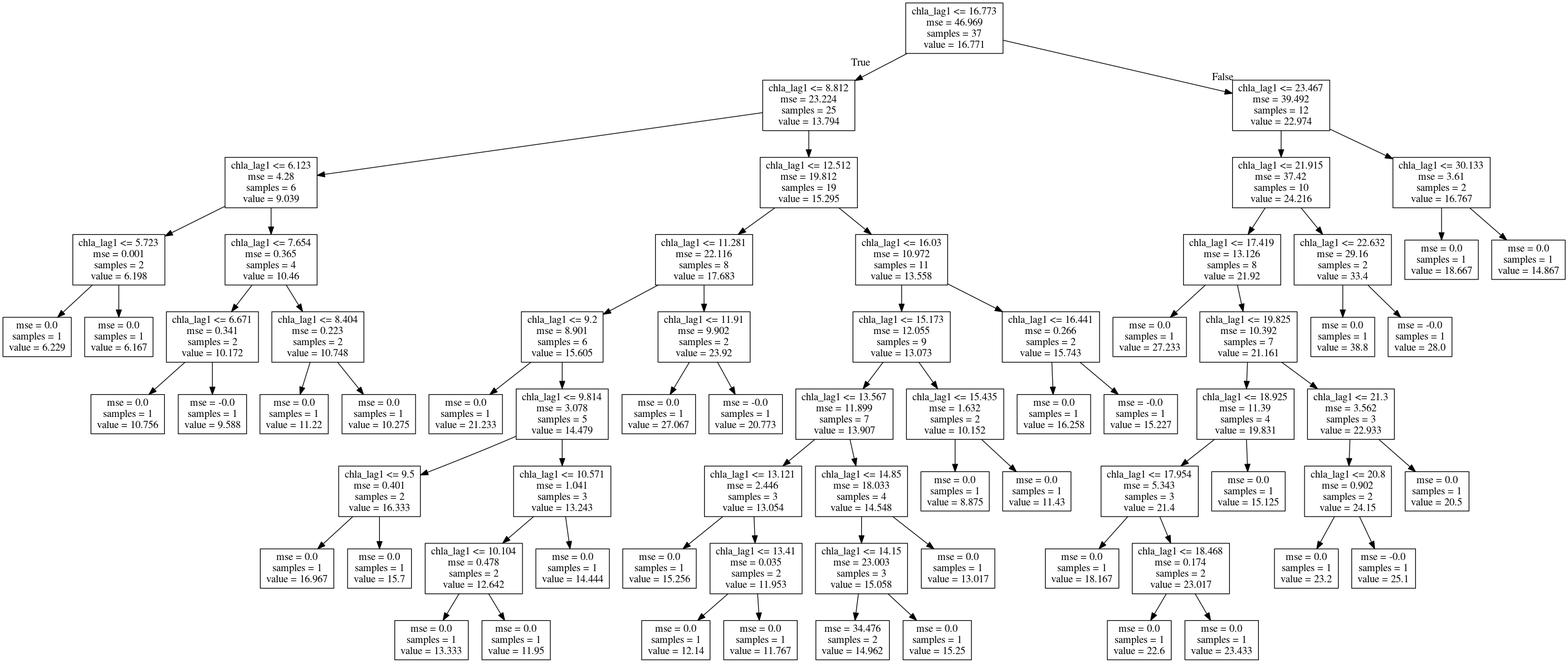
Above: Norway_Morsa/Model_Development/Figures/Discretization_regTrees/aut_chla-chla_lag1.png in icra/WATExR (Graphviz), before the change. Its source is kept beside it as Norway_Morsa/Model_Development/Figures/Discretization_regTrees/aut_chla-chla_lag1.dot. Its diagram source:
```dot
digraph Tree {
node [shape=box] ;
0 [label="chla_lag1 <= 16.773\nmse = 46.969\nsamples = 37\nvalue = 16.771"] ;
1 [label="chla_lag1 <= 8.812\nmse = 23.224\nsamples = 25\nvalue = 13.794"] ;
0 -> 1 [labeldistance=2.5, labelangle=45, headlabel="True"] ;
2 [label="chla_lag1 <= 6.123\nmse = 4.28\nsamples = 6\nvalue = 9.039"] ;
1 -> 2 ;
3 [label="chla_lag1 <= 5.723\nmse = 0.001\nsamples = 2\nvalue = 6.198"] ;
2 -> 3 ;
4 [label="mse = 0.0\nsamples = 1\nvalue = 6.229"] ;
3 -> 4 ;
5 [label="mse = 0.0\nsamples = 1\nvalue = 6.167"] ;
3 -> 5 ;
6 [label="chla_lag1 <= 7.654\nmse = 0.365\nsamples = 4\nvalue = 10.46"] ;
2 -> 6 ;
7 [label="chla_lag1 <= 6.671\nmse = 0.341\nsamples = 2\nvalue = 10.172"] ;
6 -> 7 ;
8 [label="mse = 0.0\nsamples = 1\nvalue = 10.756"] ;
7 -> 8 ;
9 [label="mse = -0.0\nsamples = 1\nvalue = 9.588"] ;
7 -> 9 ;
10 [label="chla_lag1 <= 8.404\nmse = 0.223\nsamples = 2\nvalue = 10.748"] ;
6 -> 10 ;
11 [label="mse = 0.0\nsamples = 1\nvalue = 11.22"] ;
10 -> 11 ;
12 [label="mse = 0.0\nsamples = 1\nvalue = 10.275"] ;
10 -> 12 ;
13 [label="chla_lag1 <= 12.512\nmse = 19.812\nsamples = 19\nvalue = 15.295"] ;
1 -> 13 ;
14 [label="chla_lag1 <= 11.281\nmse = 22.116\nsamples = 8\nvalue = 17.683"] ;
13 -> 14 ;
15 [label="chla_lag1 <= 9.2\nmse = 8.901\nsamples = 6\nvalue = 15.605"] ;
14 -> 15 ;
16 [label="mse = 0.0\nsamples = 1\nvalue = 21.233"] ;
15 -> 16 ;
17 [label="chla_lag1 <= 9.814\nmse = 3.078\nsamples = 5\nvalue = 14.479"] ;
15 -> 17 ;
18 [label="chla_lag1 <= 9.5\nmse = 0.401\nsamples = 2\nvalue = 16.333"] ;
17 -> 18 ;
19 [label="mse = 0.0\nsamples = 1\nvalue = 16.967"] ;
18 -> 19 ;
20 [label="mse = 0.0\nsamples = 1\nvalue = 15.7"] ;
18 -> 20 ;
21 [label="chla_lag1 <= 10.571\nmse = 1.041\nsamples = 3\nvalue = 13.243"] ;
17 -> 21 ;
22 [label="chla_lag1 <= 10.104\nmse = 0.478\nsamples = 2\nvalue = 12.642"] ;
21 -> 22 ;
23 [label="mse = 0.0\nsamples = 1\nvalue = 13.333"] ;
22 -> 23 ;
24 [label="mse = 0.0\nsamples = 1\nvalue = 11.95"] ;
22 -> 24 ;
25 [label="mse = 0.0\nsamples = 1\nvalue = 14.444"] ;
21 -> 25 ;
26 [label="chla_lag1 <= 11.91\nmse = 9.902\nsamples = 2\nvalue = 23.92"] ;
14 -> 26 ;
27 [label="mse = 0.0\nsamples = 1\nvalue = 27.067"] ;
26 -> 27 ;
28 [label="mse = -0.0\nsamples = 1\nvalue = 20.773"] ;
26 -> 28 ;
29 [label="chla_lag1 <= 16.03\nmse = 10.972\nsamples = 11\nvalue = 13.558"] ;
13 -> 29 ;
30 [label="chla_lag1 <= 15.173\nmse = 12.055\nsamples = 9\nvalue = 13.073"] ;
29 -> 30 ;
31 [label="chla_lag1 <= 13.567\nmse = 11.899\nsamples = 7\nvalue = 13.907"] ;
30 -> 31 ;
32 [label="chla_lag1 <= 13.121\nmse = 2.446\nsamples = 3\nvalue = 13.054"] ;
31 -> 32 ;
33 [label="mse = 0.0\nsamples = 1\nvalue = 15.256"] ;
32 -> 33 ;
34 [label="chla_lag1 <= 13.41\nmse = 0.035\nsamples = 2\nvalue = 11.953"] ;
32 -> 34 ;
35 [label="mse = 0.0\nsamples = 1\nvalue = 12.14"] ;
34 -> 35 ;
36 [label="mse = 0.0\nsamples = 1\nvalue = 11.767"] ;
34 -> 36 ;
37 [label="chla_lag1 <= 14.85\nmse = 18.033\nsamples = 4\nvalue = 14.548"] ;
31 -> 37 ;
38 [label="chla_lag1 <= 14.15\nmse = 23.003\nsamples = 3\nvalue = 15.058"] ;
37 -> 38 ;
39 [label="mse = 34.476\nsamples = 2\nvalue = 14.962"] ;
38 -> 39 ;
40 [label="mse = 0.0\nsamples = 1\nvalue = 15.25"] ;
38 -> 40 ;
41 [label="mse = 0.0\nsamples = 1\nvalue = 13.017"] ;
37 -> 41 ;
42 [label="chla_lag1 <= 15.435\nmse = 1.632\nsamples = 2\nvalue = 10.152"] ;
30 -> 42 ;
43 [label="mse = 0.0\nsamples = 1\nvalue = 8.875"] ;
42 -> 43 ;
44 [label="mse = 0.0\nsamples = 1\nvalue = 11.43"] ;
42 -> 44 ;
45 [label="chla_lag1 <= 16.441\nmse = 0.266\nsamples = 2\nvalue = 15.743"] ;
29 -> 45 ;
46 [label="mse = 0.0\nsamples = 1\nvalue = 16.258"] ;
45 -> 46 ;
47 [label="mse = -0.0\nsamples = 1\nvalue = 15.227"] ;
45 -> 47 ;
48 [label="chla_lag1 <= 23.467\nmse = 39.492\nsamples = 12\nvalue = 22.974"] ;
0 -> 48 [labeldistance=2.5, labelangle=-45, headlabel="False"] ;
49 [label="chla_lag1 <= 21.915\nmse = 37.42\nsamples = 10\nvalue = 24.216"] ;
48 -> 49 ;
50 [label="chla_lag1 <= 17.419\nmse = 13.126\nsamples = 8\nvalue = 21.92"] ;
49 -> 50 ;
51 [label="mse = 0.0\nsamples = 1\nvalue = 27.233"] ;
50 -> 51 ;
52 [label="chla_lag1 <= 19.825\nmse = 10.392\nsamples = 7\nvalue = 21.161"] ;
50 -> 52 ;
53 [label="chla_lag1 <= 18.925\nmse = 11.39\nsamples = 4\nvalue = 19.831"] ;
52 -> 53 ;
54 [label="chla_lag1 <= 17.954\nmse = 5.343\nsamples = 3\nvalue = 21.4"] ;
53 -> 54 ;
55 [label="mse = 0.0\nsamples = 1\nvalue = 18.167"] ;
54 -> 55 ;
56 [label="chla_lag1 <= 18.468\nmse = 0.174\nsamples = 2\nvalue = 23.017"] ;
54 -> 56 ;
57 [label="mse = 0.0\nsamples = 1\nvalue = 22.6"] ;
56 -> 57 ;
58 [label="mse = 0.0\nsamples = 1\nvalue = 23.433"] ;
56 -> 58 ;
59 [label="mse = 0.0\nsamples = 1\nvalue = 15.125"] ;
53 -> 59 ;
60 [label="chla_lag1 <= 21.3\nmse = 3.562\nsamples = 3\nvalue = 22.933"] ;
52 -> 60 ;
61 [label="chla_lag1 <= 20.8\nmse = 0.902\nsamples = 2\nvalue = 24.15"] ;
60 -> 61 ;
62 [label="mse = 0.0\nsamples = 1\nvalue = 23.2"] ;
61 -> 62 ;
63 [label="mse = -0.0\nsamples = 1\nvalue = 25.1"] ;
61 -> 63 ;
64 [label="mse = 0.0\nsamples = 1\nvalue = 20.5"] ;
60 -> 64 ;
65 [label="chla_lag1 <= 22.632\nmse = 29.16\nsamples = 2\nvalue = 33.4"] ;
49 -> 65 ;
66 [label="mse = 0.0\nsamples = 1\nvalue = 38.8"] ;
65 -> 66 ;
67 [label="mse = -0.0\nsamples = 1\nvalue = 28.0"] ;
65 -> 67 ;
68 [label="chla_lag1 <= 30.133\nmse = 3.61\nsamples = 2\nvalue = 16.767"] ;
48 -> 68 ;
69 [label="mse = 0.0\nsamples = 1\nvalue = 18.667"] ;
68 -> 69 ;
70 [label="mse = 0.0\nsamples = 1\nvalue = 14.867"] ;
68 -> 70 ;
}
```
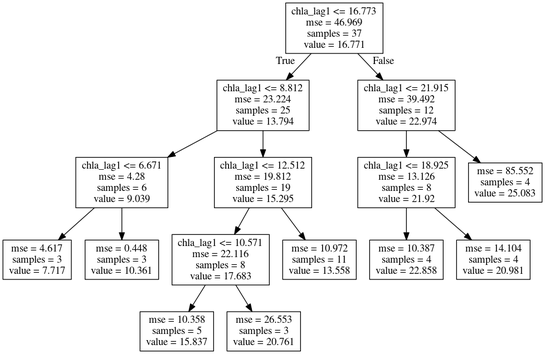
Later version of the same file.

Diff of the diagram source:
```diff
@@ -3,142 +3,30 @@
 0 [label="chla_lag1 <= 16.773\nmse = 46.969\nsamples = 37\nvalue = 16.771"] ;
 1 [label="chla_lag1 <= 8.812\nmse = 23.224\nsamples = 25\nvalue = 13.794"] ;
 0 -> 1 [labeldistance=2.5, labelangle=45, headlabel="True"] ;
-2 [label="chla_lag1 <= 6.123\nmse = 4.28\nsamples = 6\nvalue = 9.039"] ;
-1 -> 2 ;
-3 [label="chla_lag1 <= 5.723\nmse = 0.001\nsamples = 2\nvalue = 6.198"] ;
-2 -> 3 ;
-4 [label="mse = 0.0\nsamples = 1\nvalue = 6.229"] ;
-3 -> 4 ;
-5 [label="mse = 0.0\nsamples = 1\nvalue = 6.167"] ;
-3 -> 5 ;
-6 [label="chla_lag1 <= 7.654\nmse = 0.365\nsamples = 4\nvalue = 10.46"] ;
-2 -> 6 ;
-7 [label="chla_lag1 <= 6.671\nmse = 0.341\nsamples = 2\nvalue = 10.172"] ;
-6 -> 7 ;
-8 [label="mse = 0.0\nsamples = 1\nvalue = 10.756"] ;
-7 -> 8 ;
-9 [label="mse = -0.0\nsamples = 1\nvalue = 9.588"] ;
-7 -> 9 ;
-10 [label="chla_lag1 <= 8.404\nmse = 0.223\nsamples = 2\nvalue = 10.748"] ;
-6 -> 10 ;
-11 [label="mse = 0.0\nsamples = 1\nvalue = 11.22"] ;
-10 -> 11 ;
-12 [label="mse = 0.0\nsamples = 1\nvalue = 10.275"] ;
-10 -> 12 ;
-13 [label="chla_lag1 <= 12.512\nmse = 19.812\nsamples = 19\nvalue = 15.295"] ;
-1 -> 13 ;
-14 [label="chla_lag1 <= 11.281\nmse = 22.116\nsamples = 8\nvalue = 17.683"] ;
-13 -> 14 ;
-15 [label="chla_lag1 <= 9.2\nmse = 8.901\nsamples = 6\nvalue = 15.605"] ;
-14 -> 15 ;
-16 [label="mse = 0.0\nsamples = 1\nvalue = 21.233"] ;
-15 -> 16 ;
-17 [label="chla_lag1 <= 9.814\nmse = 3.078\nsamples = 5\nvalue = 14.479"] ;
-15 -> 17 ;
-18 [label="chla_lag1 <= 9.5\nmse = 0.401\nsamples = 2\nvalue = 16.333"] ;
-17 -> 18 ;
-19 [label="mse = 0.0\nsamples = 1\nvalue = 16.967"] ;
-18 -> 19 ;
-20 [label="mse = 0.0\nsamples = 1\nvalue = 15.7"] ;
-18 -> 20 ;
-21 [label="chla_lag1 <= 10.571\nmse = 1.041\nsamples = 3\nvalue = 13.243"] ;
-17 -> 21 ;
-22 [label="chla_lag1 <= 10.104\nmse = 0.478\nsamples = 2\nvalue = 12.642"] ;
-21 -> 22 ;
-23 [label="mse = 0.0\nsamples = 1\nvalue = 13.333"] ;
-22 -> 23 ;
-24 [label="mse = 0.0\nsamples = 1\nvalue = 11.95"] ;
-22 -> 24 ;
-25 [label="mse = 0.0\nsamples = 1\nvalue = 14.444"] ;
-21 -> 25 ;
-26 [label="chla_lag1 <= 11.91\nmse = 9.902\nsamples = 2\nvalue = 23.92"] ;
-14 -> 26 ;
-27 [label="mse = 0.0\nsamples = 1\nvalue = 27.067"] ;
-26 -> 27 ;
-28 [label="mse = -0.0\nsamples = 1\nvalue = 20.773"] ;
-26 -> 28 ;
-29 [label="chla_lag1 <= 16.03\nmse = 10.972\nsamples = 11\nvalue = 13.558"] ;
-13 -> 29 ;
-30 [label="chla_lag1 <= 15.173\nmse = 12.055\nsamples = 9\nvalue = 13.073"] ;
-29 -> 30 ;
-31 [label="chla_lag1 <= 13.567\nmse = 11.899\nsamples = 7\nvalue = 13.907"] ;
-30 -> 31 ;
-32 [label="chla_lag1 <= 13.121\nmse = 2.446\nsamples = 3\nvalue = 13.054"] ;
-31 -> 32 ;
-33 [label="mse = 0.0\nsamples = 1\nvalue = 15.256"] ;
-32 -> 33 ;
-34 [label="chla_lag1 <= 13.41\nmse = 0.035\nsamples = 2\nvalue = 11.953"] ;
-32 -> 34 ;
-35 [label="mse = 0.0\nsamples = 1\nvalue = 12.14"] ;
-34 -> 35 ;
-36 [label="mse = 0.0\nsamples = 1\nvalue = 11.767"] ;
-34 -> 36 ;
-37 [label="chla_lag1 <= 14.85\nmse = 18.033\nsamples = 4\nvalue = 14.548"] ;
-31 -> 37 ;
-38 [label="chla_lag1 <= 14.15\nmse = 23.003\nsamples = 3\nvalue = 15.058"] ;
-37 -> 38 ;
-39 [label="mse = 34.476\nsamples = 2\nvalue = 14.962"] ;
-38 -> 39 ;
-40 [label="mse = 0.0\nsamples = 1\nvalue = 15.25"] ;
-38 -> 40 ;
-41 [label="mse = 0.0\nsamples = 1\nvalue = 13.017"] ;
-37 -> 41 ;
-42 [label="chla_lag1 <= 15.435\nmse = 1.632\nsamples = 2\nvalue = 10.152"] ;
-30 -> 42 ;
-43 [label="mse = 0.0\nsamples = 1\nvalue = 8.875"] ;
-42 -> 43 ;
-44 [label="mse = 0.0\nsamples = 1\nvalue = 11.43"] ;
-42 -> 44 ;
-45 [label="chla_lag1 <= 16.441\nmse = 0.266\nsamples = 2\nvalue = 15.743"] ;
-29 -> 45 ;
-46 [label="mse = 0.0\nsamples = 1\nvalue = 16.258"] ;
-45 -> 46 ;
-47 [label="mse = -0.0\nsamples = 1\nvalue = 15.227"] ;
-45 -> 47 ;
-48 [label="chla_lag1 <= 23.467\nmse = 39.492\nsamples = 12\nvalue = 22.974"] ;
-0 -> 48 [labeldistance=2.5, labelangle=-45, headlabel="False"] ;
-49 [label="chla_lag1 <= 21.915\nmse = 37.42\nsamples = 10\nvalue = 24.216"] ;
-48 -> 49 ;
-50 [label="chla_lag1 <= 17.419\nmse = 13.126\nsamples = 8\nvalue = 21.92"] ;
-49 -> 50 ;
-51 [label="mse = 0.0\nsamples = 1\nvalue = 27.233"] ;
-50 -> 51 ;
-52 [label="chla_lag1 <= 19.825\nmse = 10.392\nsamples = 7\nvalue = 21.161"] ;
-50 -> 52 ;
-53 [label="chla_lag1 <= 18.925\nmse = 11.39\nsamples = 4\nvalue = 19.831"] ;
-52 -> 53 ;
-54 [label="chla_lag1 <= 17.954\nmse = 5.343\nsamples = 3\nvalue = 21.4"] ;
-53 -> 54 ;
-55 [label="mse = 0.0\nsamples = 1\nvalue = 18.167"] ;
-54 -> 55 ;
-56 [label="chla_lag1 <= 18.468\nmse = 0.174\nsamples = 2\nvalue = 23.017"] ;
-54 -> 56 ;
-57 [label="mse = 0.0\nsamples = 1\nvalue = 22.6"] ;
-56 -> 57 ;
-58 [label="mse = 0.0\nsamples = 1\nvalue = 23.433"] ;
-56 -> 58 ;
-59 [label="mse = 0.0\nsamples = 1\nvalue = 15.125"] ;
-53 -> 59 ;
-60 [label="chla_lag1 <= 21.3\nmse = 3.562\nsamples = 3\nvalue = 22.933"] ;
-52 -> 60 ;
-61 [label="chla_lag1 <= 20.8\nmse = 0.902\nsamples = 2\nvalue = 24.15"] ;
-60 -> 61 ;
-62 [label="mse = 0.0\nsamples = 1\nvalue = 23.2"] ;
-61 -> 62 ;
-63 [label="mse = -0.0\nsamples = 1\nvalue = 25.1"] ;
-61 -> 63 ;
-64 [label="mse = 0.0\nsamples = 1\nvalue = 20.5"] ;
-60 -> 64 ;
-65 [label="chla_lag1 <= 22.632\nmse = 29.16\nsamples = 2\nvalue = 33.4"] ;
-49 -> 65 ;
-66 [label="mse = 0.0\nsamples = 1\nvalue = 38.8"] ;
-65 -> 66 ;
-67 [label="mse = -0.0\nsamples = 1\nvalue = 28.0"] ;
-65 -> 67 ;
-68 [label="chla_lag1 <= 30.133\nmse = 3.61\nsamples = 2\nvalue = 16.767"] ;
-48 -> 68 ;
-69 [label="mse = 0.0\nsamples = 1\nvalue = 18.667"] ;
-68 -> 69 ;
-70 [label="mse = 0.0\nsamples = 1\nvalue = 14.867"] ;
-68 -> 70 ;
+3 [label="chla_lag1 <= 6.671\nmse = 4.28\nsamples = 6\nvalue = 9.039"] ;
+1 -> 3 ;
+11 [label="mse = 4.617\nsamples = 3\nvalue = 7.717"] ;
+3 -> 11 ;
+12 [label="mse = 0.448\nsamples = 3\nvalue = 10.361"] ;
+3 -> 12 ;
+4 [label="chla_lag1 <= 12.512\nmse = 19.812\nsamples = 19\nvalue = 15.295"] ;
+1 -> 4 ;
+5 [label="chla_lag1 <= 10.571\nmse = 22.116\nsamples = 8\nvalue = 17.683"] ;
+4 -> 5 ;
+7 [label="mse = 10.358\nsamples = 5\nvalue = 15.837"] ;
+5 -> 7 ;
+8 [label="mse = 26.553\nsamples = 3\nvalue = 20.761"] ;
+5 -> 8 ;
+6 [label="mse = 10.972\nsamples = 11\nvalue = 13.558"] ;
+4 -> 6 ;
+2 [label="chla_lag1 <= 21.915\nmse = 39.492\nsamples = 12\nvalue = 22.974"] ;
+0 -> 2 [labeldistance=2.5, labelangle=-45, headlabel="False"] ;
+9 [label="chla_lag1 <= 18.925\nmse = 13.126\nsamples = 8\nvalue = 21.92"] ;
+2 -> 9 ;
+13 [label="mse = 10.387\nsamples = 4\nvalue = 22.858"] ;
+9 -> 13 ;
+14 [label="mse = 14.104\nsamples = 4\nvalue = 20.981"] ;
+9 -> 14 ;
+10 [label="mse = 85.552\nsamples = 4\nvalue = 25.083"] ;
+2 -> 10 ;
 }
```
